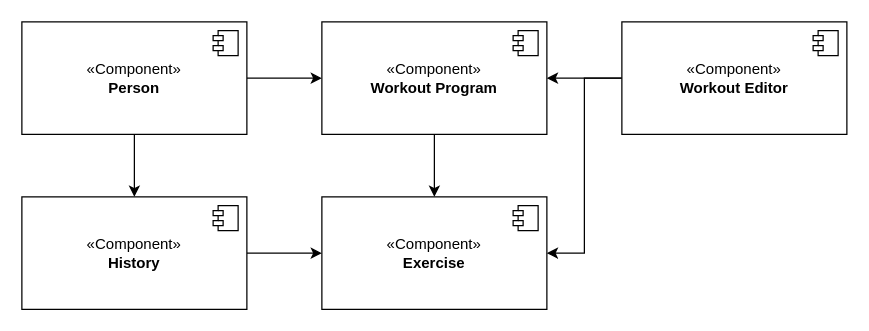
janneskasper/conFitAPI keeps this draw.io diagram as page "Page-1" (1 of 2) of documentation/DatabaseSchema.drawio. Above is the earlier version. Source tidied: cells renumbered, new cells numbered last; positions are measured from the earlier drawing's top-left corner, leaving out a move shared by most shapes. Both pictures are drawn from the tidied source at 125%, with x=0, y=0 at pixel (21, 21).
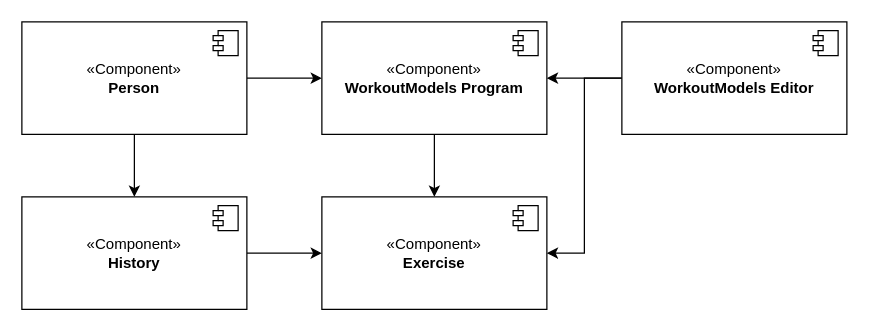
The same page after the edit.

Diff of the diagram source:
```diff
@@
-    <mxCell id="7" value="«Component»&lt;br&gt;&lt;b&gt;Workout Program&lt;/b&gt;" style="html=1;whiteSpace=wrap;" parent="1" vertex="1">
+    <mxCell id="7" value="«Component»&lt;br&gt;&lt;b&gt;WorkoutModels Program&lt;/b&gt;" style="html=1;whiteSpace=wrap;" parent="1" vertex="1">
       <mxGeometry x="240" width="180" height="90" as="geometry" />
     </mxCell>
@@
-    <mxCell id="13" value="«Component»&lt;br&gt;&lt;b&gt;Workout Editor&lt;/b&gt;" style="html=1;whiteSpace=wrap;" parent="1" vertex="1">
+    <mxCell id="13" value="«Component»&lt;br&gt;&lt;b&gt;WorkoutModels Editor&lt;/b&gt;" style="html=1;whiteSpace=wrap;" parent="1" vertex="1">
       <mxGeometry x="480" width="180" height="90" as="geometry" />
     </mxCell>
```
